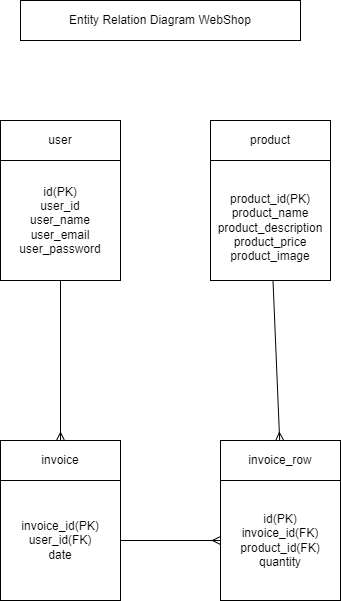
Above: Diagrams/Entity Relation Diagram.png in JeroenHeemskerk/educom-webshop-oop-1682067300 (draw.io), before the change. Source tidied: cells renumbered, new cells last; positions are measured from the earlier drawing's top-left corner, leaving out a move shared by most shapes. The source it was exported from:
```xml
<mxGraphModel>
  <root>
    <mxCell id="0" />
    <mxCell id="1" parent="0" />
    <mxCell id="2" value="Entity Relation Diagram WebShop" style="rounded=0;whiteSpace=wrap;html=1;" parent="1" vertex="1">
      <mxGeometry x="20" width="280" height="40" as="geometry" />
    </mxCell>
    <mxCell id="3" value="user" style="rounded=0;whiteSpace=wrap;html=1;" parent="1" vertex="1">
      <mxGeometry y="120" width="120" height="40" as="geometry" />
    </mxCell>
    <mxCell id="4" value="product&lt;br&gt;" style="rounded=0;whiteSpace=wrap;html=1;" parent="1" vertex="1">
      <mxGeometry x="210" y="120" width="120" height="40" as="geometry" />
    </mxCell>
    <mxCell id="5" style="edgeStyle=none;html=1;endArrow=ERmany;endFill=0;labelBackgroundColor=#FFFFFF;" parent="1" edge="1" source="6" target="9">
      <mxGeometry relative="1" as="geometry" />
    </mxCell>
    <mxCell id="6" value="id(PK)&lt;br&gt;user_id&lt;br&gt;user_name&lt;br&gt;user_email&lt;br&gt;user_password" style="rounded=0;whiteSpace=wrap;html=1;" parent="1" vertex="1">
      <mxGeometry y="160" width="120" height="120" as="geometry" />
    </mxCell>
    <mxCell id="7" style="edgeStyle=none;html=1;endArrow=ERmany;endFill=0;labelBackgroundColor=#FFFFFF;" parent="1" edge="1" source="8" target="11">
      <mxGeometry relative="1" as="geometry" />
    </mxCell>
    <mxCell id="8" value="&lt;br&gt;product_id(PK)&lt;br&gt;product_name&lt;br&gt;product_description&lt;br&gt;product_price&lt;br&gt;product_image" style="rounded=0;whiteSpace=wrap;html=1;" parent="1" vertex="1">
      <mxGeometry x="210" y="160" width="120" height="120" as="geometry" />
    </mxCell>
    <mxCell id="9" value="invoice" style="rounded=0;whiteSpace=wrap;html=1;" parent="1" vertex="1">
      <mxGeometry y="440" width="120" height="40" as="geometry" />
    </mxCell>
    <mxCell id="10" value="invoice_id(PK)&lt;br&gt;user_id(FK)&lt;br&gt;date" style="rounded=0;whiteSpace=wrap;html=1;" parent="1" vertex="1">
      <mxGeometry y="480" width="120" height="120" as="geometry" />
    </mxCell>
    <mxCell id="11" value="invoice_row" style="rounded=0;whiteSpace=wrap;html=1;" parent="1" vertex="1">
      <mxGeometry x="220" y="440" width="120" height="40" as="geometry" />
    </mxCell>
    <mxCell id="12" value="id(PK)&lt;br&gt;invoice_id(FK)&lt;br&gt;product_id(FK)&lt;br&gt;quantity" style="rounded=0;whiteSpace=wrap;html=1;" parent="1" vertex="1">
      <mxGeometry x="220" y="480" width="120" height="120" as="geometry" />
    </mxCell>
    <mxCell id="13" style="endArrow=ERmany;html=1;exitX=1;exitY=0.5;exitDx=0;exitDy=0;entryX=0;entryY=0.5;entryDx=0;entryDy=0;endFill=0;labelBackgroundColor=#FFFFFF;" parent="1" edge="1" source="10" target="12">
      <mxGeometry relative="1" as="geometry" />
    </mxCell>
  </root>
</mxGraphModel>
```
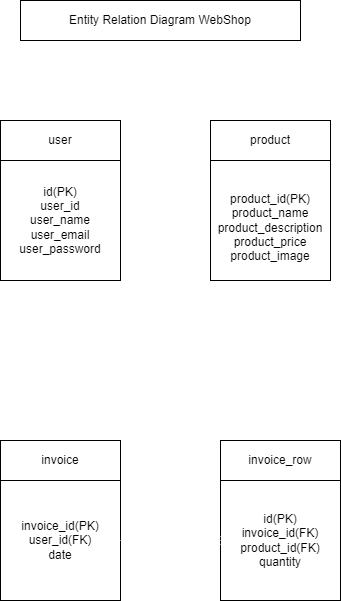
The same diagram one commit later.

Diff of the diagram source:
```diff
@@ -11,13 +11,13 @@
     <mxCell id="4" value="product&lt;br&gt;" style="rounded=0;whiteSpace=wrap;html=1;" parent="1" vertex="1">
       <mxGeometry x="210" y="120" width="120" height="40" as="geometry" />
     </mxCell>
-    <mxCell id="5" style="edgeStyle=none;html=1;endArrow=ERmany;endFill=0;labelBackgroundColor=#FFFFFF;" parent="1" edge="1" source="6" target="9">
+    <mxCell id="5" style="edgeStyle=none;html=1;endArrow=ERmany;endFill=0;labelBackgroundColor=#FFFFFF;strokeColor=#FFFFFF;" parent="1" edge="1" source="6" target="9">
       <mxGeometry relative="1" as="geometry" />
     </mxCell>
     <mxCell id="6" value="id(PK)&lt;br&gt;user_id&lt;br&gt;user_name&lt;br&gt;user_email&lt;br&gt;user_password" style="rounded=0;whiteSpace=wrap;html=1;" parent="1" vertex="1">
       <mxGeometry y="160" width="120" height="120" as="geometry" />
     </mxCell>
-    <mxCell id="7" style="edgeStyle=none;html=1;endArrow=ERmany;endFill=0;labelBackgroundColor=#FFFFFF;" parent="1" edge="1" source="8" target="11">
+    <mxCell id="7" style="edgeStyle=none;html=1;endArrow=ERmany;endFill=0;labelBackgroundColor=#FFFFFF;strokeColor=#FFFFFF;" parent="1" edge="1" source="8" target="11">
       <mxGeometry relative="1" as="geometry" />
     </mxCell>
     <mxCell id="8" value="&lt;br&gt;product_id(PK)&lt;br&gt;product_name&lt;br&gt;product_description&lt;br&gt;product_price&lt;br&gt;product_image" style="rounded=0;whiteSpace=wrap;html=1;" parent="1" vertex="1">
@@ -35,7 +35,7 @@
     <mxCell id="12" value="id(PK)&lt;br&gt;invoice_id(FK)&lt;br&gt;product_id(FK)&lt;br&gt;quantity" style="rounded=0;whiteSpace=wrap;html=1;" parent="1" vertex="1">
       <mxGeometry x="220" y="480" width="120" height="120" as="geometry" />
     </mxCell>
-    <mxCell id="13" style="endArrow=ERmany;html=1;exitX=1;exitY=0.5;exitDx=0;exitDy=0;entryX=0;entryY=0.5;entryDx=0;entryDy=0;endFill=0;labelBackgroundColor=#FFFFFF;" parent="1" edge="1" source="10" target="12">
+    <mxCell id="13" style="endArrow=ERmany;html=1;exitX=1;exitY=0.5;exitDx=0;exitDy=0;entryX=0;entryY=0.5;entryDx=0;entryDy=0;endFill=0;labelBackgroundColor=#FFFFFF;strokeColor=#FFFFFF;" parent="1" edge="1" source="10" target="12">
       <mxGeometry relative="1" as="geometry" />
     </mxCell>
   </root>
```
